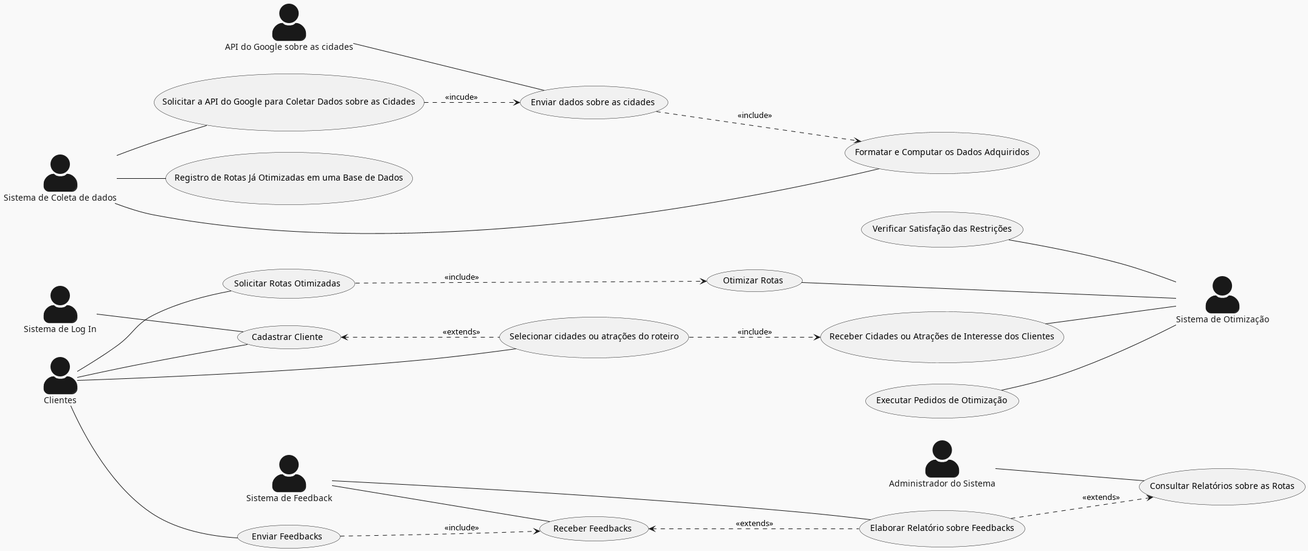
Above: Relatório/Semana-1/Diagramas/DCU.png in pedrodilallo/site_turismo_SIG (PlantUML), before the change.
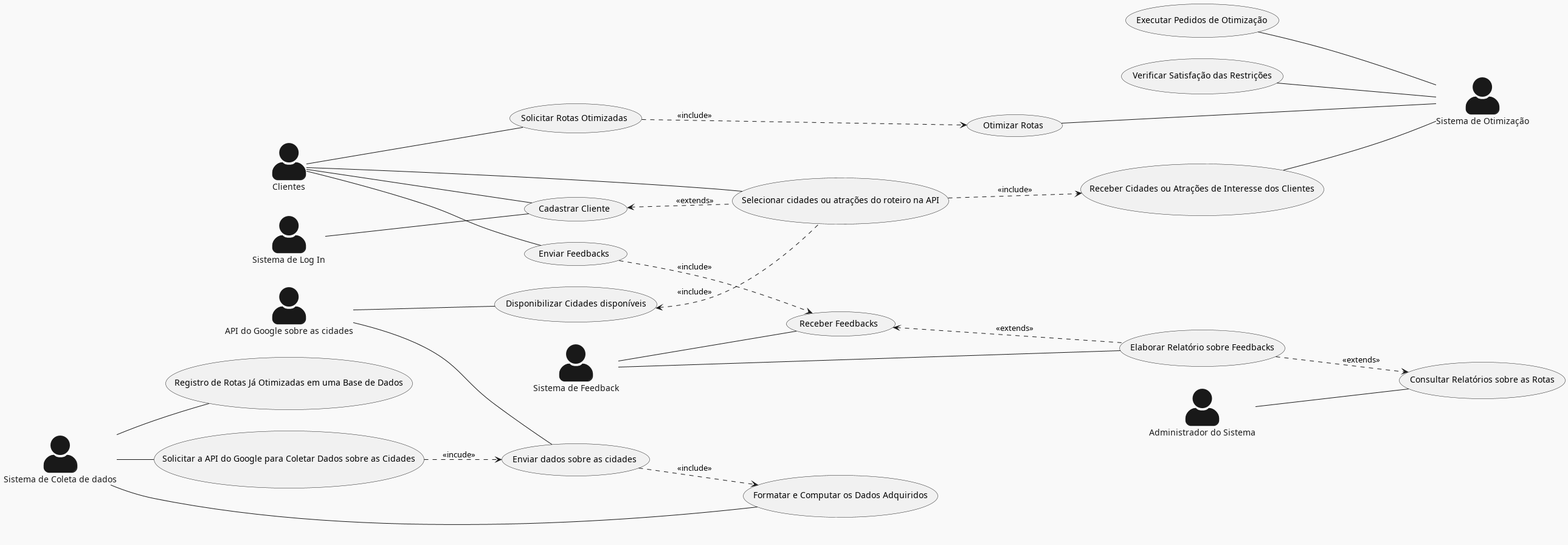
Later version of the same file.

Commit message:
Mais correções DCU

Change to the diagram source:
```diff
@@ -12,7 +12,7 @@
 actor "Sistema de Coleta de dados" as coletador
 
 cliente -- (Cadastrar Cliente)
-cliente -- (Selecionar cidades ou atrações do roteiro)
+cliente -- (Selecionar cidades ou atrações do roteiro na API)
 cliente -- (Enviar Feedbacks)
 cliente -- (Solicitar Rotas Otimizadas)
 
@@ -29,6 +29,7 @@
 feedback -- (Elaborar Relatório sobre Feedbacks)
 
 API -- (Enviar dados sobre as cidades)
+API -- (Disponibilizar Cidades disponíveis)
 
 sys_admin -- (Consultar Relatórios sobre as Rotas)
 
@@ -39,14 +40,16 @@
 (Solicitar Rotas Otimizadas) ..> (Otimizar Rotas) : <<include>>
 
 
+(Disponibilizar Cidades disponíveis) <.. (Selecionar cidades ou atrações do roteiro na API) : <<include>>
+
 (Enviar Feedbacks) ..> (Receber Feedbacks) : <<include>>
 (Receber Feedbacks) <.. (Elaborar Relatório sobre Feedbacks) : <<extends>>
 
 (Elaborar Relatório sobre Feedbacks) ..> (Consultar Relatórios sobre as Rotas) : <<extends>>
-(Cadastrar Cliente) <.. (Selecionar cidades ou atrações do roteiro) : <<extends>>
+(Cadastrar Cliente) <.. (Selecionar cidades ou atrações do roteiro na API) : <<extends>>
 
 (Enviar dados sobre as cidades) ..> (Formatar e Computar os Dados Adquiridos) : <<include>>
-(Selecionar cidades ou atrações do roteiro) ..>  (Receber Cidades ou Atrações de Interesse dos Clientes) : <<include>>
+(Selecionar cidades ou atrações do roteiro na API) ..>  (Receber Cidades ou Atrações de Interesse dos Clientes) : <<include>>
 (Solicitar a API do Google para Coletar Dados sobre as Cidades) ..> (Enviar dados sobre as cidades) : <<incude>>
 
 
```
